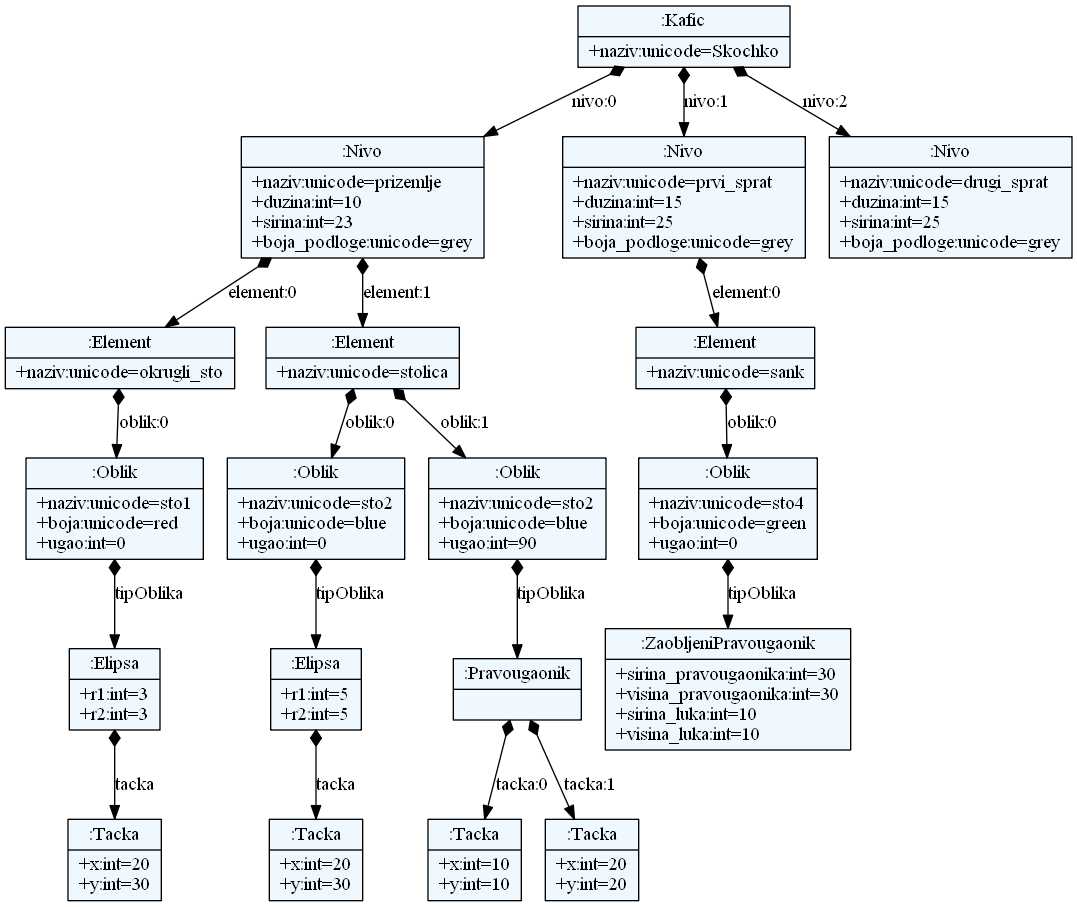
0xMilica/JSDGenerator keeps this Graphviz diagram as JSDProject/language/model.png. Above is the earlier version. Its source is kept beside it as JSDProject/language/model.dot.
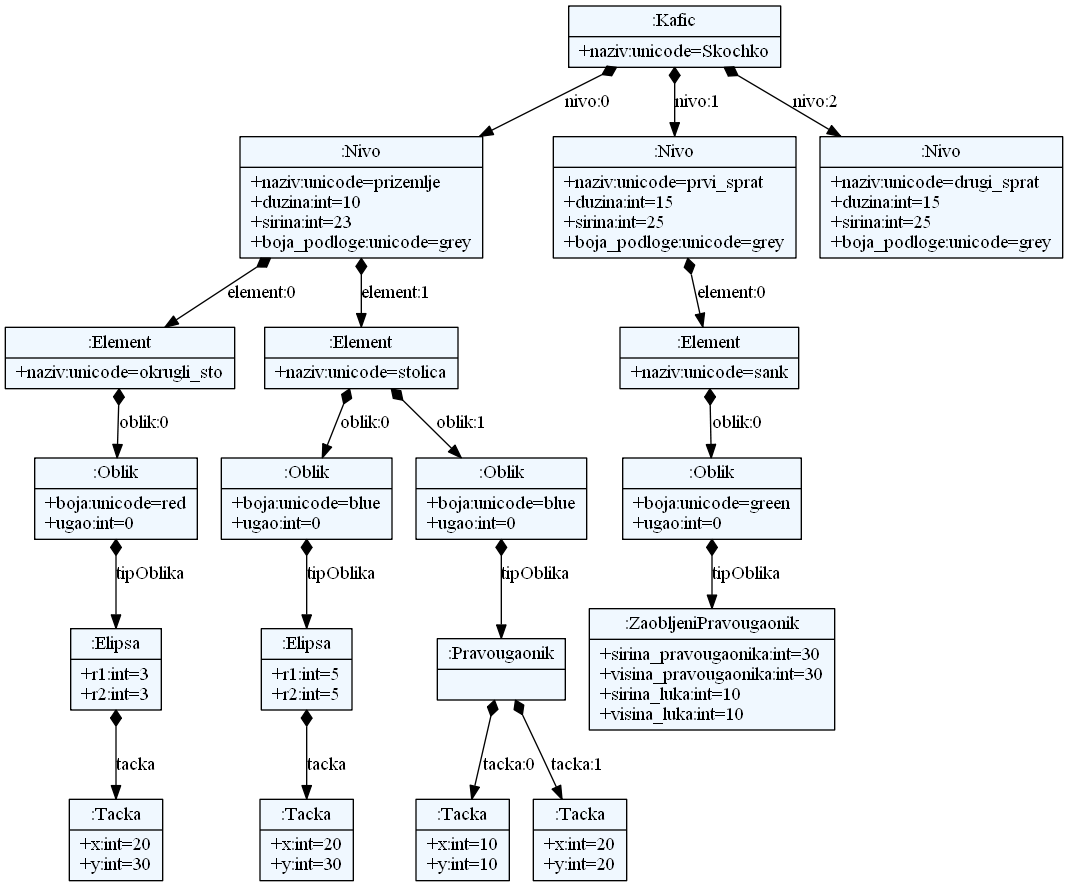
Above is the later version.

Change to the diagram source:
```diff
@@ -9,42 +9,42 @@
     edge[dir=black,arrowtail=empty]
 
 
-49358256 -> 49358416 [label="nivo:0" arrowtail=diamond dir=both]
-49358416 -> 49358608 [label="element:0" arrowtail=diamond dir=both]
-49358608 -> 49358736 [label="oblik:0" arrowtail=diamond dir=both]
-49358736 -> 49358928 [label="tipOblika" arrowtail=diamond dir=both]
-49358928 -> 49359056 [label="tacka" arrowtail=diamond dir=both]
-49359056[label="{:Tacka|+x:int=20\l+y:int=30\l}"]
-49358928[label="{:Elipsa|+r1:int=3\l+r2:int=3\l}"]
-49358736[label="{:Oblik|+naziv:unicode=sto1\l+boja:unicode=red\l+ugao:int=0\l}"]
-49358608[label="{:Element|+naziv:unicode=okrugli_sto\l}"]
-49358416 -> 49358704 [label="element:1" arrowtail=diamond dir=both]
-49358704 -> 49359120 [label="oblik:0" arrowtail=diamond dir=both]
-49359120 -> 49359184 [label="tipOblika" arrowtail=diamond dir=both]
-49359184 -> 49359248 [label="tacka" arrowtail=diamond dir=both]
-49359248[label="{:Tacka|+x:int=20\l+y:int=30\l}"]
-49359184[label="{:Elipsa|+r1:int=5\l+r2:int=5\l}"]
-49359120[label="{:Oblik|+naziv:unicode=sto2\l+boja:unicode=blue\l+ugao:int=0\l}"]
-49358704 -> 49359152 [label="oblik:1" arrowtail=diamond dir=both]
-49359152 -> 49359280 [label="tipOblika" arrowtail=diamond dir=both]
-49359280 -> 49359376 [label="tacka:0" arrowtail=diamond dir=both]
-49359376[label="{:Tacka|+x:int=10\l+y:int=10\l}"]
-49359280 -> 49359440 [label="tacka:1" arrowtail=diamond dir=both]
-49359440[label="{:Tacka|+x:int=20\l+y:int=20\l}"]
-49359280[label="{:Pravougaonik|}"]
-49359152[label="{:Oblik|+naziv:unicode=sto2\l+boja:unicode=blue\l+ugao:int=90\l}"]
-49358704[label="{:Element|+naziv:unicode=stolica\l}"]
-49358416[label="{:Nivo|+naziv:unicode=prizemlje\l+duzina:int=10\l+sirina:int=23\l+boja_podloge:unicode=grey\l}"]
-49358256 -> 49358576 [label="nivo:1" arrowtail=diamond dir=both]
-49358576 -> 49359216 [label="element:0" arrowtail=diamond dir=both]
-49359216 -> 49359472 [label="oblik:0" arrowtail=diamond dir=both]
-49359472 -> 49359536 [label="tipOblika" arrowtail=diamond dir=both]
-49359536[label="{:ZaobljeniPravougaonik|+sirina_pravougaonika:int=30\l+visina_pravougaonika:int=30\l+sirina_luka:int=10\l+visina_luka:int=10\l}"]
-49359472[label="{:Oblik|+naziv:unicode=sto4\l+boja:unicode=green\l+ugao:int=0\l}"]
-49359216[label="{:Element|+naziv:unicode=sank\l}"]
-49358576[label="{:Nivo|+naziv:unicode=prvi_sprat\l+duzina:int=15\l+sirina:int=25\l+boja_podloge:unicode=grey\l}"]
-49358256 -> 49358960 [label="nivo:2" arrowtail=diamond dir=both]
-49358960[label="{:Nivo|+naziv:unicode=drugi_sprat\l+duzina:int=15\l+sirina:int=25\l+boja_podloge:unicode=grey\l}"]
-49358256[label="{:Kafic|+naziv:unicode=Skochko\l}"]
+48426160 -> 48426320 [label="nivo:0" arrowtail=diamond dir=both]
+48426320 -> 48426512 [label="element:0" arrowtail=diamond dir=both]
+48426512 -> 48426640 [label="oblik:0" arrowtail=diamond dir=both]
+48426640 -> 48426736 [label="tipOblika" arrowtail=diamond dir=both]
+48426736 -> 48426864 [label="tacka" arrowtail=diamond dir=both]
+48426864[label="{:Tacka|+x:int=20\l+y:int=30\l}"]
+48426736[label="{:Elipsa|+r1:int=3\l+r2:int=3\l}"]
+48426640[label="{:Oblik|+boja:unicode=red\l+ugao:int=0\l}"]
+48426512[label="{:Element|+naziv:unicode=okrugli_sto\l}"]
+48426320 -> 48426608 [label="element:1" arrowtail=diamond dir=both]
+48426608 -> 48426992 [label="oblik:0" arrowtail=diamond dir=both]
+48426992 -> 48599120 [label="tipOblika" arrowtail=diamond dir=both]
+48599120 -> 48599184 [label="tacka" arrowtail=diamond dir=both]
+48599184[label="{:Tacka|+x:int=20\l+y:int=30\l}"]
+48599120[label="{:Elipsa|+r1:int=5\l+r2:int=5\l}"]
+48426992[label="{:Oblik|+boja:unicode=blue\l+ugao:int=0\l}"]
+48426608 -> 48599088 [label="oblik:1" arrowtail=diamond dir=both]
+48599088 -> 48599216 [label="tipOblika" arrowtail=diamond dir=both]
+48599216 -> 48599312 [label="tacka:0" arrowtail=diamond dir=both]
+48599312[label="{:Tacka|+x:int=10\l+y:int=10\l}"]
+48599216 -> 48599376 [label="tacka:1" arrowtail=diamond dir=both]
+48599376[label="{:Tacka|+x:int=20\l+y:int=20\l}"]
+48599216[label="{:Pravougaonik|}"]
+48599088[label="{:Oblik|+boja:unicode=blue\l+ugao:int=0\l}"]
+48426608[label="{:Element|+naziv:unicode=stolica\l}"]
+48426320[label="{:Nivo|+naziv:unicode=prizemlje\l+duzina:int=10\l+sirina:int=23\l+boja_podloge:unicode=grey\l}"]
+48426160 -> 48426480 [label="nivo:1" arrowtail=diamond dir=both]
+48426480 -> 48599152 [label="element:0" arrowtail=diamond dir=both]
+48599152 -> 48599408 [label="oblik:0" arrowtail=diamond dir=both]
+48599408 -> 48599472 [label="tipOblika" arrowtail=diamond dir=both]
+48599472[label="{:ZaobljeniPravougaonik|+sirina_pravougaonika:int=30\l+visina_pravougaonika:int=30\l+sirina_luka:int=10\l+visina_luka:int=10\l}"]
+48599408[label="{:Oblik|+boja:unicode=green\l+ugao:int=0\l}"]
+48599152[label="{:Element|+naziv:unicode=sank\l}"]
+48426480[label="{:Nivo|+naziv:unicode=prvi_sprat\l+duzina:int=15\l+sirina:int=25\l+boja_podloge:unicode=grey\l}"]
+48426160 -> 48426928 [label="nivo:2" arrowtail=diamond dir=both]
+48426928[label="{:Nivo|+naziv:unicode=drugi_sprat\l+duzina:int=15\l+sirina:int=25\l+boja_podloge:unicode=grey\l}"]
+48426160[label="{:Kafic|+naziv:unicode=Skochko\l}"]
 
 }
```
